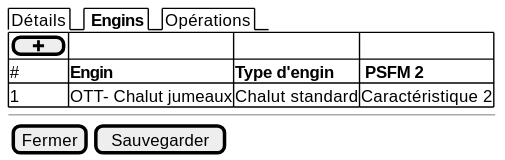
Earlier version of the PlantUML export projects/obsmer/spe/images/gears-table.svg (sumaris-net/sumaris-doc). Its source is kept beside it as projects/obsmer/spe/images/gears-table.puml. Source of this version:
```plantuml
@startsalt
{

  {/  Détails | <b> Engins | Opérations  }


	{#
      [ <&plus> ] |  .              | .
      # | <b>Engin     | <b>Type d'engin   | <b> PSFM 2
      1 | OTT- Chalut jumeaux                | Chalut standard | Caractéristique 2
    }

  --

  {
    [Fermer] | [Sauvegarder]
  }
}
@endsalt
```
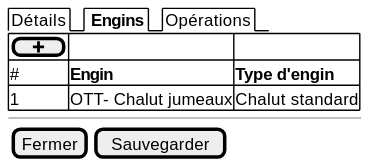
After the commit.

Diff of the diagram source:
```diff
@@ -6,8 +6,8 @@
 
 	{#
       [ <&plus> ] |  .              | .
-      # | <b>Engin     | <b>Type d'engin   | <b> PSFM 2
-      1 | OTT- Chalut jumeaux                | Chalut standard | Caractéristique 2
+      # | <b>Engin     | <b>Type d'engin
+      1 | OTT- Chalut jumeaux                | Chalut standard
     }
 
   --
```
